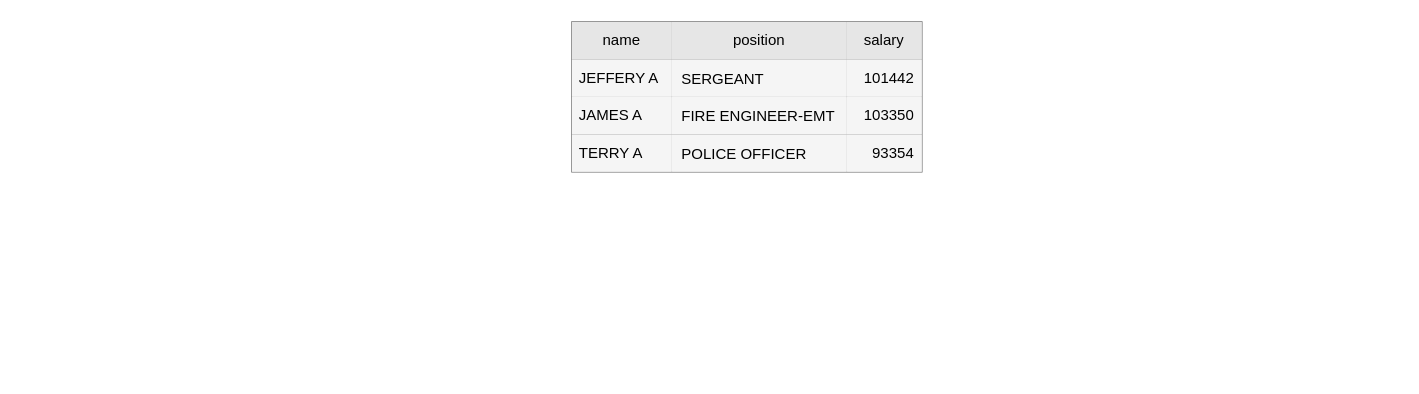
Above: column-store.drawio in rbt-lang/diagrams (draw.io), before the change. Source tidied: cells renumbered, new cells numbered last; positions are measured from the earlier drawing's top-left corner, leaving out a move shared by most shapes. Both pictures are drawn from the tidied source at 125%, with x=0, y=0 at pixel (571, 21).
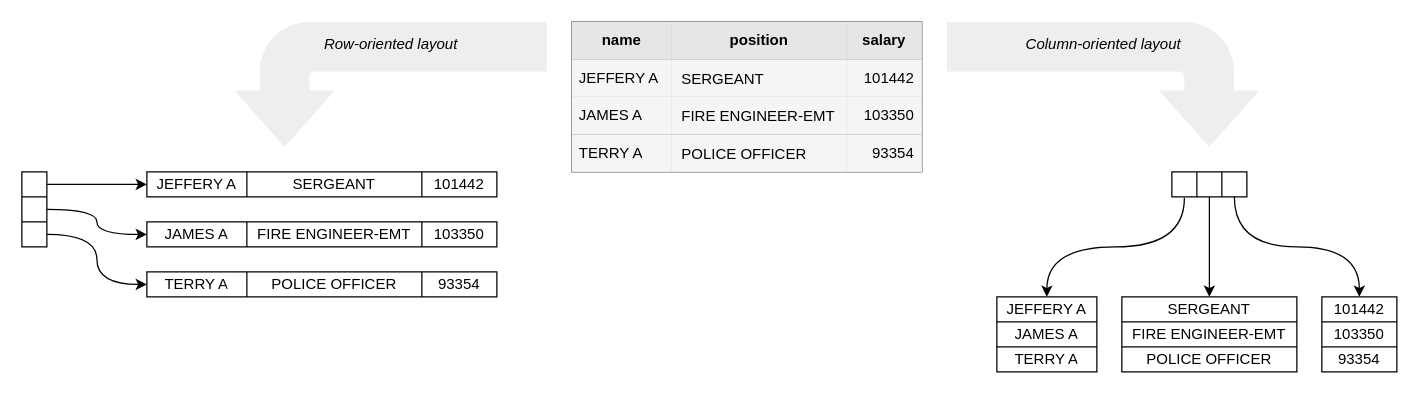
The same page after the edit.

Unchanged cells that the change refers to:
```xml
<mxCell id="3" style="shape=partialRectangle;html=1;whiteSpace=wrap;fillColor=none;top=0;left=0;bottom=0;right=0;" parent="2" vertex="1">
  <mxGeometry width="280" height="30" as="geometry" />
</mxCell>
```

Change to the diagram source:
```diff
@@
+    <mxCell id="19" style="edgeStyle=orthogonalEdgeStyle;rounded=0;jettySize=auto;html=1;exitX=1;exitY=0.5;exitDx=0;exitDy=0;entryX=0;entryY=0.5;entryDx=0;entryDy=0;startSize=0;" parent="1" edge="1" source="40" target="25">
+      <mxGeometry relative="1" as="geometry" />
+    </mxCell>
+    <mxCell id="20" style="edgeStyle=orthogonalEdgeStyle;rounded=0;jettySize=auto;html=1;exitX=1;exitY=0.5;exitDx=0;exitDy=0;entryX=0;entryY=0.5;entryDx=0;entryDy=0;startSize=0;curved=1;" parent="1" edge="1" source="42" target="30">
+      <mxGeometry relative="1" as="geometry" />
+    </mxCell>
+    <mxCell id="21" style="edgeStyle=orthogonalEdgeStyle;rounded=0;jettySize=auto;html=1;exitX=1;exitY=0.5;exitDx=0;exitDy=0;entryX=0;entryY=0.5;entryDx=0;entryDy=0;startSize=0;curved=1;" parent="1" edge="1" source="44" target="35">
+      <mxGeometry relative="1" as="geometry" />
+    </mxCell>
@@
-    <mxCell id="4" value="name" style="shape=partialRectangle;html=1;whiteSpace=wrap;top=0;left=0;bottom=0;right=0;overflow=hidden;fillColor=#E6E6E6;" parent="3" vertex="1">
+    <mxCell id="4" value="name" style="shape=partialRectangle;html=1;whiteSpace=wrap;top=0;left=0;bottom=0;right=0;overflow=hidden;fillColor=#E6E6E6;fontStyle=1;" parent="3" vertex="1">
       <mxGeometry width="80" height="30" as="geometry" />
     </mxCell>
-    <mxCell id="5" value="position" style="shape=partialRectangle;html=1;whiteSpace=wrap;top=0;left=0;bottom=0;right=0;overflow=hidden;fillColor=#E6E6E6;" parent="3" vertex="1">
+    <mxCell id="5" value="position" style="shape=partialRectangle;html=1;whiteSpace=wrap;top=0;left=0;bottom=0;right=0;overflow=hidden;fillColor=#E6E6E6;fontStyle=1;" parent="3" vertex="1">
       <mxGeometry x="80" width="140" height="30" as="geometry" />
     </mxCell>
-    <mxCell id="6" value="salary" style="shape=partialRectangle;html=1;whiteSpace=wrap;top=0;left=0;bottom=0;right=0;overflow=hidden;fillColor=#E6E6E6;" parent="3" vertex="1">
+    <mxCell id="6" value="salary" style="shape=partialRectangle;html=1;whiteSpace=wrap;top=0;left=0;bottom=0;right=0;overflow=hidden;fillColor=#E6E6E6;fontStyle=1;" parent="3" vertex="1">
       <mxGeometry x="220" width="60" height="30" as="geometry" />
     </mxCell>
@@
+    <mxCell id="22" value="Row-oriented layout" style="html=1;shadow=0;dashed=0;align=center;verticalAlign=top;shape=mxgraph.arrows2.bendArrow;dy=19.84;dx=45.17;notch=0;arrowHead=80.31;rounded=1;startSize=0;fillColor=#eeeeee;flipH=1;direction=south;horizontal=1;spacing=6;strokeColor=none;fontStyle=2;" parent="1" vertex="1">
+      <mxGeometry x="-270" width="250" height="100" as="geometry" />
+    </mxCell>
+    <mxCell id="23" value="Column-oriented layout" style="html=1;shadow=0;dashed=0;align=center;verticalAlign=top;shape=mxgraph.arrows2.bendArrow;dy=19.84;dx=45.17;notch=0;arrowHead=80.31;rounded=1;startSize=0;fillColor=#eeeeee;flipH=0;direction=south;horizontal=1;spacing=6;strokeColor=none;flipV=0;fontStyle=2;" parent="1" vertex="1">
+      <mxGeometry x="300" width="250" height="100" as="geometry" />
+    </mxCell>
+    <mxCell id="24" style="shape=table;html=1;whiteSpace=wrap;startSize=0;childLayout=tableLayout;align=left;fillColor=#FFFFFF;" parent="1" vertex="1">
+      <mxGeometry x="-340" y="120" width="280" height="20" as="geometry" />
+    </mxCell>
+    <mxCell id="25" style="shape=partialRectangle;html=1;whiteSpace=wrap;fillColor=none;top=0;left=0;bottom=0;right=0;points=[[0,0.5],[1,0.5]];portConstraint=eastwest;" parent="24" vertex="1">
+      <mxGeometry width="280" height="20" as="geometry" />
+    </mxCell>
+    <mxCell id="26" value="JEFFERY A" style="shape=partialRectangle;html=1;whiteSpace=wrap;fillColor=none;top=0;left=0;bottom=0;right=0;overflow=hidden;" parent="25" vertex="1">
+      <mxGeometry width="80" height="20" as="geometry" />
+    </mxCell>
+    <mxCell id="27" value="SERGEANT" style="shape=partialRectangle;html=1;whiteSpace=wrap;fillColor=none;top=0;left=0;bottom=0;right=0;overflow=hidden;" parent="25" vertex="1">
+      <mxGeometry x="80" width="140" height="20" as="geometry" />
+    </mxCell>
+    <mxCell id="28" value="101442" style="shape=partialRectangle;html=1;whiteSpace=wrap;fillColor=none;top=0;left=0;bottom=0;right=0;overflow=hidden;" parent="25" vertex="1">
+      <mxGeometry x="220" width="60" height="20" as="geometry" />
+    </mxCell>
+    <mxCell id="29" style="shape=table;html=1;whiteSpace=wrap;startSize=0;childLayout=tableLayout;align=left;fillColor=#FFFFFF;" parent="1" vertex="1">
+      <mxGeometry x="-340" y="160" width="280" height="20" as="geometry" />
+    </mxCell>
+    <mxCell id="30" style="shape=partialRectangle;html=1;whiteSpace=wrap;fillColor=none;top=0;left=0;bottom=0;right=0;points=[[0,0.5],[1,0.5]];portConstraint=eastwest;" parent="29" vertex="1">
+      <mxGeometry width="280" height="20" as="geometry" />
+    </mxCell>
+    <mxCell id="31" value="JAMES A" style="shape=partialRectangle;html=1;whiteSpace=wrap;fillColor=none;top=0;left=0;bottom=0;right=0;overflow=hidden;" parent="30" vertex="1">
+      <mxGeometry width="80" height="20" as="geometry" />
+    </mxCell>
+    <mxCell id="32" value="FIRE ENGINEER-EMT" style="shape=partialRectangle;html=1;whiteSpace=wrap;fillColor=none;top=0;left=0;bottom=0;right=0;overflow=hidden;" parent="30" vertex="1">
+      <mxGeometry x="80" width="140" height="20" as="geometry" />
+    </mxCell>
+    <mxCell id="33" value="103350" style="shape=partialRectangle;html=1;whiteSpace=wrap;fillColor=none;top=0;left=0;bottom=0;right=0;overflow=hidden;" parent="30" vertex="1">
+      <mxGeometry x="220" width="60" height="20" as="geometry" />
+    </mxCell>
+    <mxCell id="34" style="shape=table;html=1;whiteSpace=wrap;startSize=0;childLayout=tableLayout;align=left;fillColor=#FFFFFF;" parent="1" vertex="1">
+      <mxGeometry x="-340" y="200" width="280" height="20" as="geometry" />
+    </mxCell>
+    <mxCell id="35" style="shape=partialRectangle;html=1;whiteSpace=wrap;fillColor=none;top=0;left=0;bottom=0;right=0;points=[[0,0.5],[1,0.5]];portConstraint=eastwest;" parent="34" vertex="1">
+      <mxGeometry width="280" height="20" as="geometry" />
+    </mxCell>
+    <mxCell id="36" value="TERRY A" style="shape=partialRectangle;html=1;whiteSpace=wrap;fillColor=none;top=0;left=0;bottom=0;right=0;overflow=hidden;" parent="35" vertex="1">
+      <mxGeometry width="80" height="20" as="geometry" />
+    </mxCell>
+    <mxCell id="37" value="POLICE OFFICER" style="shape=partialRectangle;html=1;whiteSpace=wrap;fillColor=none;top=0;left=0;bottom=0;right=0;overflow=hidden;" parent="35" vertex="1">
+      <mxGeometry x="80" width="140" height="20" as="geometry" />
+    </mxCell>
+    <mxCell id="38" value="93354" style="shape=partialRectangle;html=1;whiteSpace=wrap;fillColor=none;top=0;left=0;bottom=0;right=0;overflow=hidden;" parent="35" vertex="1">
+      <mxGeometry x="220" width="60" height="20" as="geometry" />
+    </mxCell>
+    <mxCell id="39" style="shape=table;html=1;whiteSpace=wrap;startSize=0;childLayout=tableLayout;fillColor=#FFFFFF;align=left;" parent="1" vertex="1">
+      <mxGeometry x="-440" y="120" width="20" height="60" as="geometry" />
+    </mxCell>
+    <mxCell id="40" style="shape=partialRectangle;html=1;whiteSpace=wrap;fillColor=none;top=0;left=0;bottom=0;right=0;points=[[0,0.5],[1,0.5]];portConstraint=eastwest;" parent="39" vertex="1">
+      <mxGeometry width="20" height="20" as="geometry" />
+    </mxCell>
+    <mxCell id="41" style="shape=partialRectangle;html=1;whiteSpace=wrap;fillColor=none;top=0;left=0;bottom=0;right=0;overflow=hidden;" parent="40" vertex="1">
+      <mxGeometry width="20" height="20" as="geometry" />
+    </mxCell>
+    <mxCell id="42" style="shape=partialRectangle;html=1;whiteSpace=wrap;fillColor=none;top=0;left=0;bottom=0;right=0;points=[[0,0.5],[1,0.5]];portConstraint=eastwest;" parent="39" vertex="1">
+      <mxGeometry y="20" width="20" height="20" as="geometry" />
+    </mxCell>
+    <mxCell id="43" style="shape=partialRectangle;html=1;whiteSpace=wrap;fillColor=none;top=0;left=0;bottom=0;right=0;overflow=hidden;" parent="42" vertex="1">
+      <mxGeometry width="20" height="20" as="geometry" />
+    </mxCell>
+    <mxCell id="44" style="shape=partialRectangle;html=1;whiteSpace=wrap;fillColor=none;top=0;left=0;bottom=0;right=0;points=[[0,0.5],[1,0.5]];portConstraint=eastwest;" parent="39" vertex="1">
+      <mxGeometry y="40" width="20" height="20" as="geometry" />
+    </mxCell>
+    <mxCell id="45" style="shape=partialRectangle;html=1;whiteSpace=wrap;fillColor=none;top=0;left=0;bottom=0;right=0;overflow=hidden;" parent="44" vertex="1">
+      <mxGeometry width="20" height="20" as="geometry" />
+    </mxCell>
+    <mxCell id="46" style="shape=table;html=1;whiteSpace=wrap;startSize=0;childLayout=tableLayout;fillColor=#FFFFFF;align=center;" parent="1" vertex="1">
+      <mxGeometry x="480" y="120" width="60" height="20" as="geometry" />
+    </mxCell>
+    <mxCell id="47" style="shape=partialRectangle;html=1;whiteSpace=wrap;fillColor=none;top=0;left=0;bottom=0;right=0;points=[[0,0.5],[1,0.5]];portConstraint=eastwest;" parent="46" vertex="1">
+      <mxGeometry width="60" height="20" as="geometry" />
+    </mxCell>
+    <mxCell id="48" style="shape=partialRectangle;html=1;whiteSpace=wrap;fillColor=none;top=0;left=0;bottom=0;right=0;overflow=hidden;" parent="47" vertex="1">
+      <mxGeometry width="20" height="20" as="geometry" />
+    </mxCell>
+    <mxCell id="49" style="shape=partialRectangle;html=1;whiteSpace=wrap;fillColor=none;top=0;left=0;bottom=0;right=0;overflow=hidden;" parent="47" vertex="1">
+      <mxGeometry x="20" width="20" height="20" as="geometry" />
+    </mxCell>
+    <mxCell id="50" style="shape=partialRectangle;html=1;whiteSpace=wrap;fillColor=none;top=0;left=0;bottom=0;right=0;overflow=hidden;" parent="47" vertex="1">
+      <mxGeometry x="40" width="20" height="20" as="geometry" />
+    </mxCell>
+    <mxCell id="51" style="shape=table;html=1;whiteSpace=wrap;startSize=0;childLayout=tableLayout;fillColor=#FFFFFF;align=center;" parent="1" vertex="1">
+      <mxGeometry x="340" y="220" width="80" height="60" as="geometry" />
+    </mxCell>
+    <mxCell id="52" style="shape=partialRectangle;html=1;whiteSpace=wrap;fillColor=none;top=0;left=0;bottom=0;right=0;points=[[0,0.5],[1,0.5]];portConstraint=eastwest;" parent="51" vertex="1">
+      <mxGeometry width="80" height="20" as="geometry" />
+    </mxCell>
+    <mxCell id="53" value="JEFFERY A" style="shape=partialRectangle;html=1;whiteSpace=wrap;fillColor=none;top=0;left=0;bottom=0;right=0;overflow=hidden;" parent="52" vertex="1">
+      <mxGeometry width="80" height="20" as="geometry" />
+    </mxCell>
+    <mxCell id="54" style="shape=partialRectangle;html=1;whiteSpace=wrap;fillColor=none;top=0;left=0;bottom=0;right=0;" parent="51" vertex="1">
+      <mxGeometry y="20" width="80" height="20" as="geometry" />
+    </mxCell>
+    <mxCell id="55" value="JAMES A" style="shape=partialRectangle;html=1;whiteSpace=wrap;fillColor=none;top=0;left=0;bottom=0;right=0;overflow=hidden;" parent="54" vertex="1">
+      <mxGeometry width="80" height="20" as="geometry" />
+    </mxCell>
+    <mxCell id="56" style="shape=partialRectangle;html=1;whiteSpace=wrap;fillColor=none;top=0;left=0;bottom=0;right=0;" parent="51" vertex="1">
+      <mxGeometry y="40" width="80" height="20" as="geometry" />
+    </mxCell>
+    <mxCell id="57" value="TERRY A" style="shape=partialRectangle;html=1;whiteSpace=wrap;fillColor=none;top=0;left=0;bottom=0;right=0;overflow=hidden;" parent="56" vertex="1">
+      <mxGeometry width="80" height="20" as="geometry" />
+    </mxCell>
+    <mxCell id="58" style="shape=table;html=1;whiteSpace=wrap;startSize=0;childLayout=tableLayout;fillColor=#FFFFFF;align=center;" parent="1" vertex="1">
+      <mxGeometry x="440" y="220" width="140" height="60" as="geometry" />
+    </mxCell>
+    <mxCell id="59" style="shape=partialRectangle;html=1;whiteSpace=wrap;fillColor=none;top=0;left=0;bottom=0;right=0;points=[[0,0.5],[1,0.5]];portConstraint=eastwest;" parent="58" vertex="1">
+      <mxGeometry width="140" height="20" as="geometry" />
+    </mxCell>
+    <mxCell id="60" value="SERGEANT" style="shape=partialRectangle;html=1;whiteSpace=wrap;fillColor=none;top=0;left=0;bottom=0;right=0;overflow=hidden;" parent="59" vertex="1">
+      <mxGeometry width="140" height="20" as="geometry" />
+    </mxCell>
+    <mxCell id="61" style="shape=partialRectangle;html=1;whiteSpace=wrap;fillColor=none;top=0;left=0;bottom=0;right=0;" parent="58" vertex="1">
+      <mxGeometry y="20" width="140" height="20" as="geometry" />
+    </mxCell>
+    <mxCell id="62" value="FIRE ENGINEER-EMT" style="shape=partialRectangle;html=1;whiteSpace=wrap;fillColor=none;top=0;left=0;bottom=0;right=0;overflow=hidden;" parent="61" vertex="1">
+      <mxGeometry width="140" height="20" as="geometry" />
+    </mxCell>
+    <mxCell id="63" style="shape=partialRectangle;html=1;whiteSpace=wrap;fillColor=none;top=0;left=0;bottom=0;right=0;" parent="58" vertex="1">
+      <mxGeometry y="40" width="140" height="20" as="geometry" />
+    </mxCell>
+    <mxCell id="64" value="POLICE OFFICER" style="shape=partialRectangle;html=1;whiteSpace=wrap;fillColor=none;top=0;left=0;bottom=0;right=0;overflow=hidden;" parent="63" vertex="1">
+      <mxGeometry width="140" height="20" as="geometry" />
+    </mxCell>
+    <mxCell id="65" style="shape=table;html=1;whiteSpace=wrap;startSize=0;childLayout=tableLayout;fillColor=#FFFFFF;align=center;" parent="1" vertex="1">
+      <mxGeometry x="600" y="220" width="60" height="60" as="geometry" />
+    </mxCell>
+    <mxCell id="66" style="shape=partialRectangle;html=1;whiteSpace=wrap;fillColor=none;top=0;left=0;bottom=0;right=0;points=[[0,0.5],[1,0.5]];portConstraint=eastwest;" parent="65" vertex="1">
+      <mxGeometry width="60" height="20" as="geometry" />
+    </mxCell>
+    <mxCell id="67" value="101442" style="shape=partialRectangle;html=1;whiteSpace=wrap;fillColor=none;top=0;left=0;bottom=0;right=0;overflow=hidden;" parent="66" vertex="1">
+      <mxGeometry width="60" height="20" as="geometry" />
+    </mxCell>
+    <mxCell id="68" style="shape=partialRectangle;html=1;whiteSpace=wrap;fillColor=none;top=0;left=0;bottom=0;right=0;" parent="65" vertex="1">
+      <mxGeometry y="20" width="60" height="20" as="geometry" />
+    </mxCell>
+    <mxCell id="69" value="103350" style="shape=partialRectangle;html=1;whiteSpace=wrap;fillColor=none;top=0;left=0;bottom=0;right=0;overflow=hidden;" parent="68" vertex="1">
+      <mxGeometry width="60" height="20" as="geometry" />
+    </mxCell>
+    <mxCell id="70" style="shape=partialRectangle;html=1;whiteSpace=wrap;fillColor=none;top=0;left=0;bottom=0;right=0;" parent="65" vertex="1">
+      <mxGeometry y="40" width="60" height="20" as="geometry" />
+    </mxCell>
+    <mxCell id="71" value="93354" style="shape=partialRectangle;html=1;whiteSpace=wrap;fillColor=none;top=0;left=0;bottom=0;right=0;overflow=hidden;" parent="70" vertex="1">
+      <mxGeometry width="60" height="20" as="geometry" />
+    </mxCell>
+    <mxCell id="72" style="edgeStyle=orthogonalEdgeStyle;curved=1;rounded=0;jettySize=auto;html=1;startSize=0;exitX=0.167;exitY=1.04;exitDx=0;exitDy=0;exitPerimeter=0;entryX=0.5;entryY=0;entryDx=0;entryDy=0;entryPerimeter=0;" parent="1" edge="1" source="47" target="52">
+      <mxGeometry relative="1" as="geometry" />
+    </mxCell>
+    <mxCell id="73" style="edgeStyle=orthogonalEdgeStyle;curved=1;rounded=0;jettySize=auto;html=1;exitX=0.5;exitY=1;exitDx=0;exitDy=0;entryX=0.5;entryY=0;entryDx=0;entryDy=0;entryPerimeter=0;startSize=0;exitPerimeter=0;" parent="1" edge="1" source="47" target="59">
+      <mxGeometry relative="1" as="geometry" />
+    </mxCell>
+    <mxCell id="74" style="edgeStyle=orthogonalEdgeStyle;curved=1;rounded=0;jettySize=auto;html=1;exitX=0.833;exitY=1;exitDx=0;exitDy=0;startSize=0;exitPerimeter=0;entryX=0.5;entryY=0;entryDx=0;entryDy=0;entryPerimeter=0;" parent="1" edge="1" source="47" target="66">
+      <mxGeometry relative="1" as="geometry" />
+    </mxCell>
```
